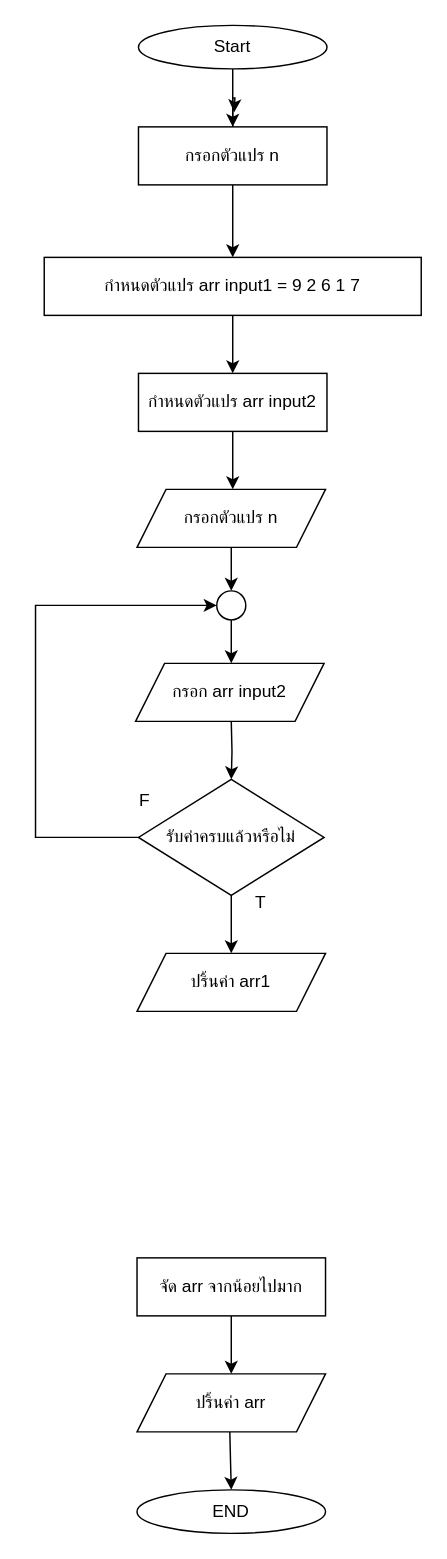
Earlier version of the draw.io diagram HW/HW9/hw09-7/hw09-7.drawio (aphiwat-window/ENGCE117). Source tidied: cells renumbered, new cells numbered last; positions are measured from the earlier drawing's top-left corner, leaving out a move shared by most shapes. Both pictures are drawn from the tidied source at 145%, with x=0, y=0 at pixel (35, 25).
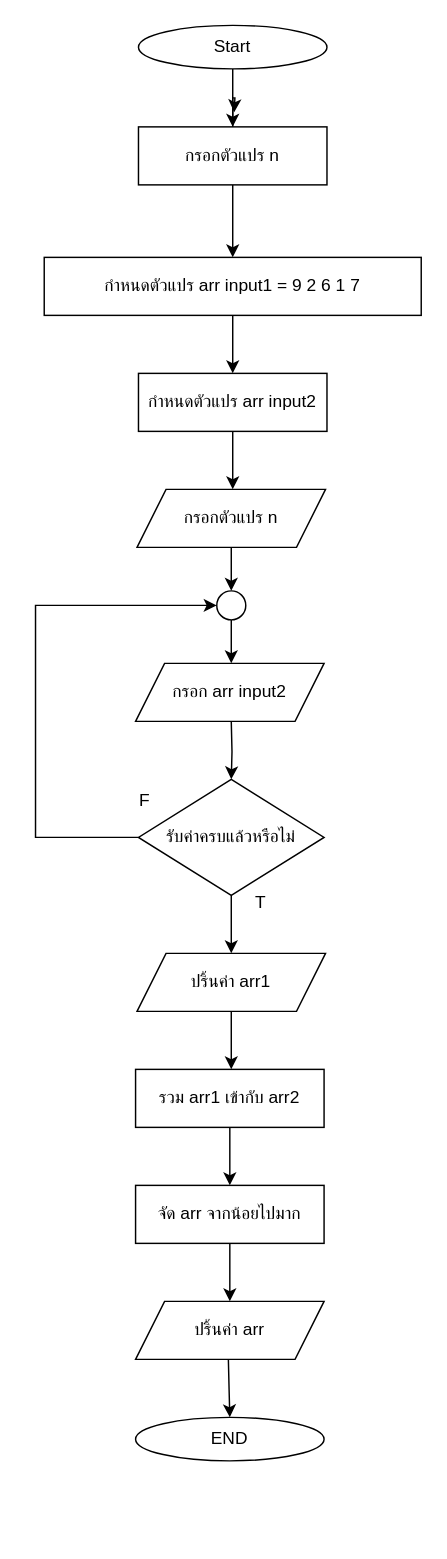
After the change.

Unchanged cells that the change refers to:
```xml
<mxCell id="27" value="ปริ้นค่า arr1" style="rounded=0;whiteSpace=wrap;html=1;shape=parallelogram;perimeter=parallelogramPerimeter;fixedSize=1;" parent="1" vertex="1">
  <mxGeometry x="70" y="640" width="130" height="40" as="geometry" />
</mxCell>
```

Diff of the diagram source:
```diff
@@
     <mxCell id="2" style="edgeStyle=orthogonalEdgeStyle;rounded=0;jettySize=auto;html=1;" parent="1" edge="1" target="9">
       <mxGeometry relative="1" as="geometry">
-        <mxPoint x="134" y="970" as="sourcePoint" />
+        <mxPoint x="133" y="920" as="sourcePoint" />
       </mxGeometry>
     </mxCell>
     <mxCell id="3" value="ปริ้นค่า arr" style="rounded=0;whiteSpace=wrap;html=1;shape=parallelogram;perimeter=parallelogramPerimeter;fixedSize=1;" parent="1" vertex="1">
-      <mxGeometry x="70" y="930" width="130" height="40" as="geometry" />
+      <mxGeometry x="69" y="880" width="130" height="40" as="geometry" />
     </mxCell>
@@
     <mxCell id="9" value="&lt;font face=&quot;Sarabun&quot;&gt;END&lt;/font&gt;" style="ellipse;whiteSpace=wrap;html=1;" parent="1" vertex="1">
-      <mxGeometry x="70" y="1010" width="130" height="30" as="geometry" />
+      <mxGeometry x="69" y="960" width="130" height="30" as="geometry" />
     </mxCell>
@@
     <mxCell id="14" value="จัด arr จากน้อยไปมาก" style="rounded=0;whiteSpace=wrap;html=1;" parent="1" vertex="1">
-      <mxGeometry x="70" y="850" width="130" height="40" as="geometry" />
+      <mxGeometry x="69" y="800" width="130" height="40" as="geometry" />
     </mxCell>
@@
+    <mxCell id="28" style="edgeStyle=orthogonalEdgeStyle;rounded=0;jettySize=auto;html=1;" parent="1" edge="1" source="27">
+      <mxGeometry relative="1" as="geometry">
+        <mxPoint x="135" y="720" as="targetPoint" />
+      </mxGeometry>
+    </mxCell>
@@
+    <mxCell id="29" style="edgeStyle=orthogonalEdgeStyle;rounded=0;jettySize=auto;html=1;" parent="1" edge="1" source="30" target="14">
+      <mxGeometry relative="1" as="geometry" />
+    </mxCell>
+    <mxCell id="30" value="รวม arr1 เข้ากับ arr2" style="rounded=0;whiteSpace=wrap;html=1;" parent="1" vertex="1">
+      <mxGeometry x="69" y="720" width="130" height="40" as="geometry" />
+    </mxCell>
```
